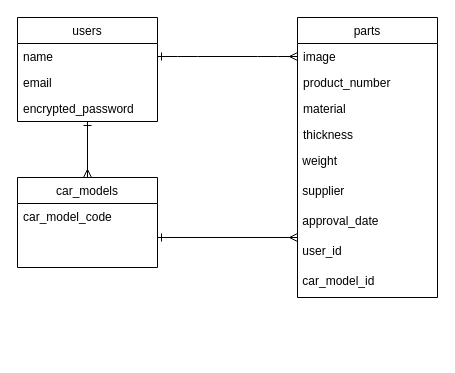
Before: dr.dio in pandadog2/compare-parts, a draw.io diagram. Source tidied: cells renumbered, new cells numbered last; positions are measured from the earlier drawing's top-left corner, leaving out a move shared by most shapes. Both pictures are drawn from the tidied source at 100%, with x=0, y=0 at pixel (17, 17).
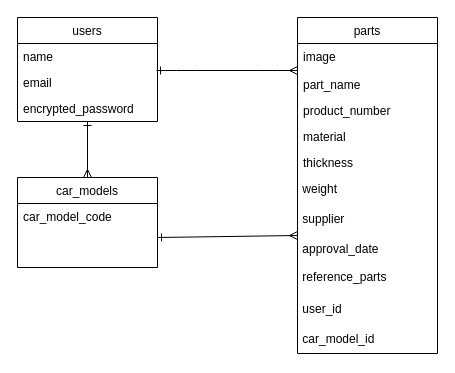
Above is the later version.

The change refers to these unchanged cells:
```xml
<mxCell id="3" value="name" style="text;strokeColor=none;fillColor=none;align=left;verticalAlign=top;spacingLeft=4;spacingRight=4;overflow=hidden;points=[[0,0.5],[1,0.5]];portConstraint=eastwest;" parent="2" vertex="1">
  <mxGeometry y="26" width="140" height="26" as="geometry" />
</mxCell>
```

The edit, as a diff of the source:
```diff
@@
     <mxCell id="8" value="parts" style="swimlane;fontStyle=0;horizontal=1;startSize=26;" parent="1" vertex="1">
-      <mxGeometry x="280" width="140" height="280" as="geometry" />
+      <mxGeometry x="280" width="140" height="336" as="geometry" />
     </mxCell>
-    <mxCell id="9" value="image" style="text;strokeColor=none;fillColor=none;align=left;verticalAlign=top;spacingLeft=4;spacingRight=4;overflow=hidden;points=[[0,0.5],[1,0.5]];portConstraint=eastwest;" parent="8" vertex="1">
-      <mxGeometry y="26" width="140" height="26" as="geometry" />
+    <mxCell id="9" value="image&#10;&#10;part_name" style="text;strokeColor=none;fillColor=none;align=left;verticalAlign=top;spacingLeft=4;spacingRight=4;overflow=hidden;points=[[0,0.5],[1,0.5]];portConstraint=eastwest;" parent="8" vertex="1">
+      <mxGeometry y="26" width="140" height="54" as="geometry" />
     </mxCell>
     <mxCell id="10" value="product_number" style="text;strokeColor=none;fillColor=none;align=left;verticalAlign=top;spacingLeft=4;spacingRight=4;overflow=hidden;" parent="8" vertex="1">
-      <mxGeometry y="52" width="140" height="26" as="geometry" />
+      <mxGeometry y="80" width="140" height="26" as="geometry" />
     </mxCell>
     <mxCell id="11" value="material" style="text;strokeColor=none;fillColor=none;align=left;verticalAlign=top;spacingLeft=4;spacingRight=4;overflow=hidden;" parent="8" vertex="1">
-      <mxGeometry y="78" width="140" height="26" as="geometry" />
+      <mxGeometry y="106" width="140" height="26" as="geometry" />
     </mxCell>
     <mxCell id="12" value="thickness" style="text;strokeColor=none;fillColor=none;align=left;verticalAlign=top;spacingLeft=4;spacingRight=4;overflow=hidden;" parent="8" vertex="1">
-      <mxGeometry y="104" width="140" height="26" as="geometry" />
+      <mxGeometry y="132" width="140" height="26" as="geometry" />
     </mxCell>
     <mxCell id="13" value="&lt;font face=&quot;helvetica&quot;&gt;&amp;nbsp;weight&lt;/font&gt;" style="text;whiteSpace=wrap;html=1;" parent="8" vertex="1">
-      <mxGeometry y="130" width="140" height="30" as="geometry" />
+      <mxGeometry y="158" width="140" height="30" as="geometry" />
     </mxCell>
     <mxCell id="14" value="&lt;span style=&quot;font-family: &amp;#34;helvetica&amp;#34;&quot;&gt;&amp;nbsp;supplier&lt;/span&gt;" style="text;whiteSpace=wrap;html=1;" parent="8" vertex="1">
-      <mxGeometry y="160" width="140" height="30" as="geometry" />
+      <mxGeometry y="188" width="140" height="30" as="geometry" />
     </mxCell>
     <mxCell id="15" value="&lt;font face=&quot;helvetica&quot;&gt;&amp;nbsp;approval_date&lt;/font&gt;" style="text;whiteSpace=wrap;html=1;" parent="8" vertex="1">
-      <mxGeometry y="190" width="140" height="30" as="geometry" />
+      <mxGeometry y="218" width="140" height="118" as="geometry" />
     </mxCell>
-    <mxCell id="16" value="&lt;span style=&quot;font-family: &amp;#34;helvetica&amp;#34;&quot;&gt;&amp;nbsp;user_id&lt;/span&gt;" style="text;whiteSpace=wrap;html=1;" parent="8" vertex="1">
-      <mxGeometry y="220" width="140" height="30" as="geometry" />
-    </mxCell>
-    <mxCell id="17" value="&lt;span style=&quot;font-family: &amp;#34;helvetica&amp;#34;&quot;&gt;&amp;nbsp;car_model_id&lt;/span&gt;" style="text;whiteSpace=wrap;html=1;" parent="8" vertex="1">
-      <mxGeometry y="250" width="140" height="30" as="geometry" />
-    </mxCell>
-    <mxCell id="18" style="edgeStyle=entityRelationEdgeStyle;fontSize=12;html=1;endArrow=ERmany;exitX=1;exitY=0.5;exitDx=0;exitDy=0;entryX=0;entryY=0.5;entryDx=0;entryDy=0;endFill=0;startArrow=ERone;startFill=0;" parent="1" edge="1" source="3" target="9">
+    <mxCell id="18" style="edgeStyle=entityRelationEdgeStyle;fontSize=12;html=1;endArrow=ERmany;exitX=0.993;exitY=1.038;exitDx=0;exitDy=0;entryX=0;entryY=0.5;entryDx=0;entryDy=0;endFill=0;startArrow=ERone;startFill=0;exitPerimeter=0;" parent="1" edge="1" source="3" target="9">
       <mxGeometry relative="1" as="geometry" />
     </mxCell>
@@
-    <mxCell id="20" style="endArrow=ERmany;html=1;rounded=0;entryX=0;entryY=0;entryDx=0;entryDy=0;startArrow=ERone;startFill=0;endFill=0;" parent="1" edge="1" target="16">
+    <mxCell id="20" style="endArrow=ERmany;html=1;rounded=0;entryX=0;entryY=0;entryDx=0;entryDy=0;startArrow=ERone;startFill=0;endFill=0;" parent="1" edge="1" target="15">
       <mxGeometry relative="1" as="geometry">
         <mxPoint x="140" y="220" as="sourcePoint" />
       </mxGeometry>
     </mxCell>
+    <mxCell id="17" value="&lt;span style=&quot;font-family: &amp;#34;helvetica&amp;#34;&quot;&gt;&amp;nbsp;car_model_id&lt;/span&gt;" style="text;whiteSpace=wrap;html=1;" parent="1" vertex="1">
+      <mxGeometry x="280" y="308" width="140" height="30" as="geometry" />
+    </mxCell>
+    <mxCell id="16" value="&lt;span style=&quot;font-family: &amp;#34;helvetica&amp;#34;&quot;&gt;&amp;nbsp;user_id&lt;/span&gt;" style="text;whiteSpace=wrap;html=1;" parent="1" vertex="1">
+      <mxGeometry x="280" y="278" width="140" height="30" as="geometry" />
+    </mxCell>
+    <mxCell id="21" value="&lt;span style=&quot;font-family: &amp;#34;helvetica&amp;#34;&quot;&gt;&amp;nbsp;reference_parts&lt;/span&gt;" style="text;whiteSpace=wrap;html=1;" parent="1" vertex="1">
+      <mxGeometry x="280" y="246" width="140" height="30" as="geometry" />
+    </mxCell>
```
